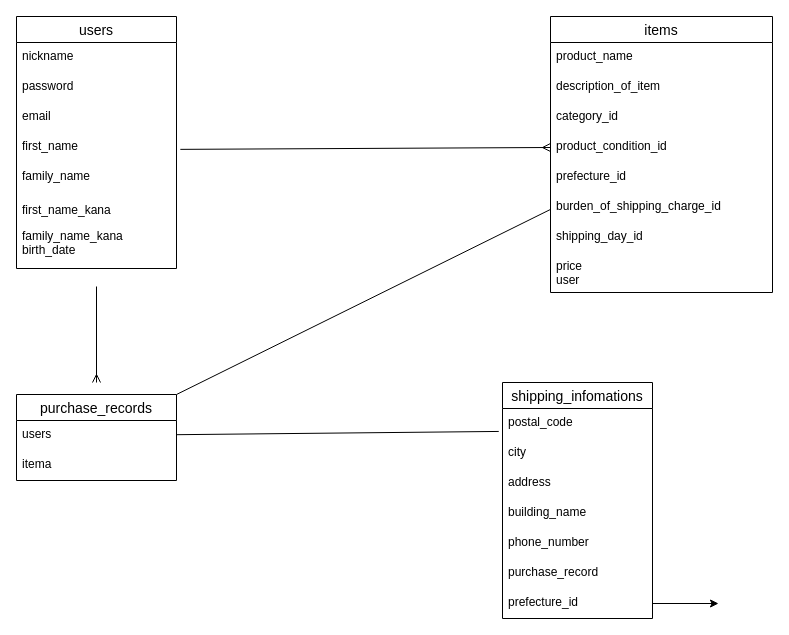
This is page "ページ1" (1 of 2) of app/sample.dio from hayasitakahiro/furima-38152, a draw.io file, before an edit. Source tidied: cells renumbered, new cells numbered last; positions are measured from the earlier drawing's top-left corner, leaving out a move shared by most shapes. Both pictures are drawn from the tidied source at 100%, with x=0, y=0 at pixel (16, 16).
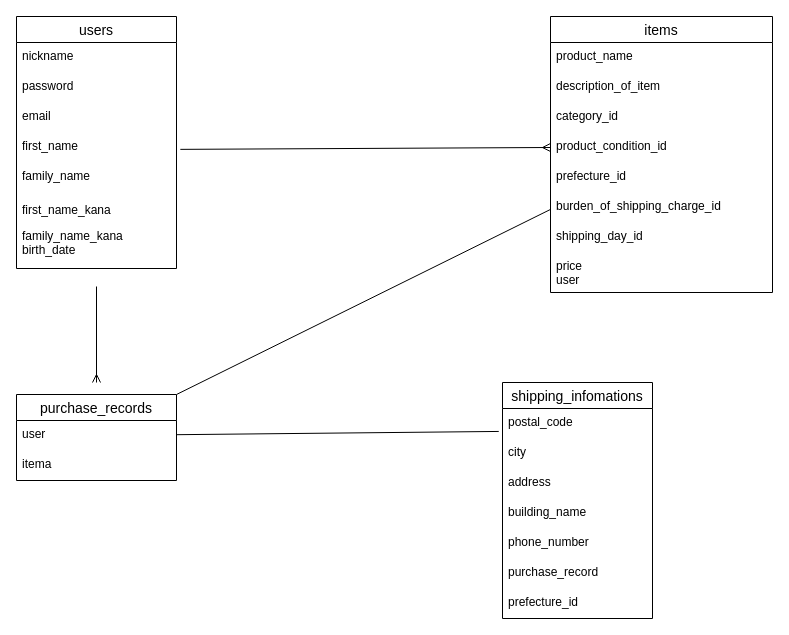
After the change.

The change refers to these unchanged cells:
```xml
<mxCell id="16" value="purchase_records" style="swimlane;fontStyle=0;horizontal=1;startSize=26;align=center;fontSize=14;" parent="1" vertex="1">
  <mxGeometry y="378" width="160" height="86" as="geometry" />
</mxCell>
<mxCell id="26" value="prefecture_id" style="text;strokeColor=none;fillColor=none;spacingLeft=4;spacingRight=4;overflow=hidden;points=[[0,0.5],[1,0.5]];portConstraint=eastwest;fontSize=12;" parent="19" vertex="1">
  <mxGeometry y="206" width="150" height="30" as="geometry" />
</mxCell>
```

Change to the diagram source:
```diff
@@
-    <mxCell id="17" value="users" style="text;strokeColor=none;fillColor=none;spacingLeft=4;spacingRight=4;overflow=hidden;points=[[0,0.5],[1,0.5]];portConstraint=eastwest;fontSize=12;" parent="16" vertex="1">
+    <mxCell id="17" value="user" style="text;strokeColor=none;fillColor=none;spacingLeft=4;spacingRight=4;overflow=hidden;points=[[0,0.5],[1,0.5]];portConstraint=eastwest;fontSize=12;" parent="16" vertex="1">
       <mxGeometry y="26" width="160" height="30" as="geometry" />
     </mxCell>
@@
-    <mxCell id="34" style="edgeStyle=none;html=1;" parent="1" edge="1" source="26">
-      <mxGeometry relative="1" as="geometry">
-        <mxPoint x="702" y="587" as="targetPoint" />
-      </mxGeometry>
-    </mxCell>
```
